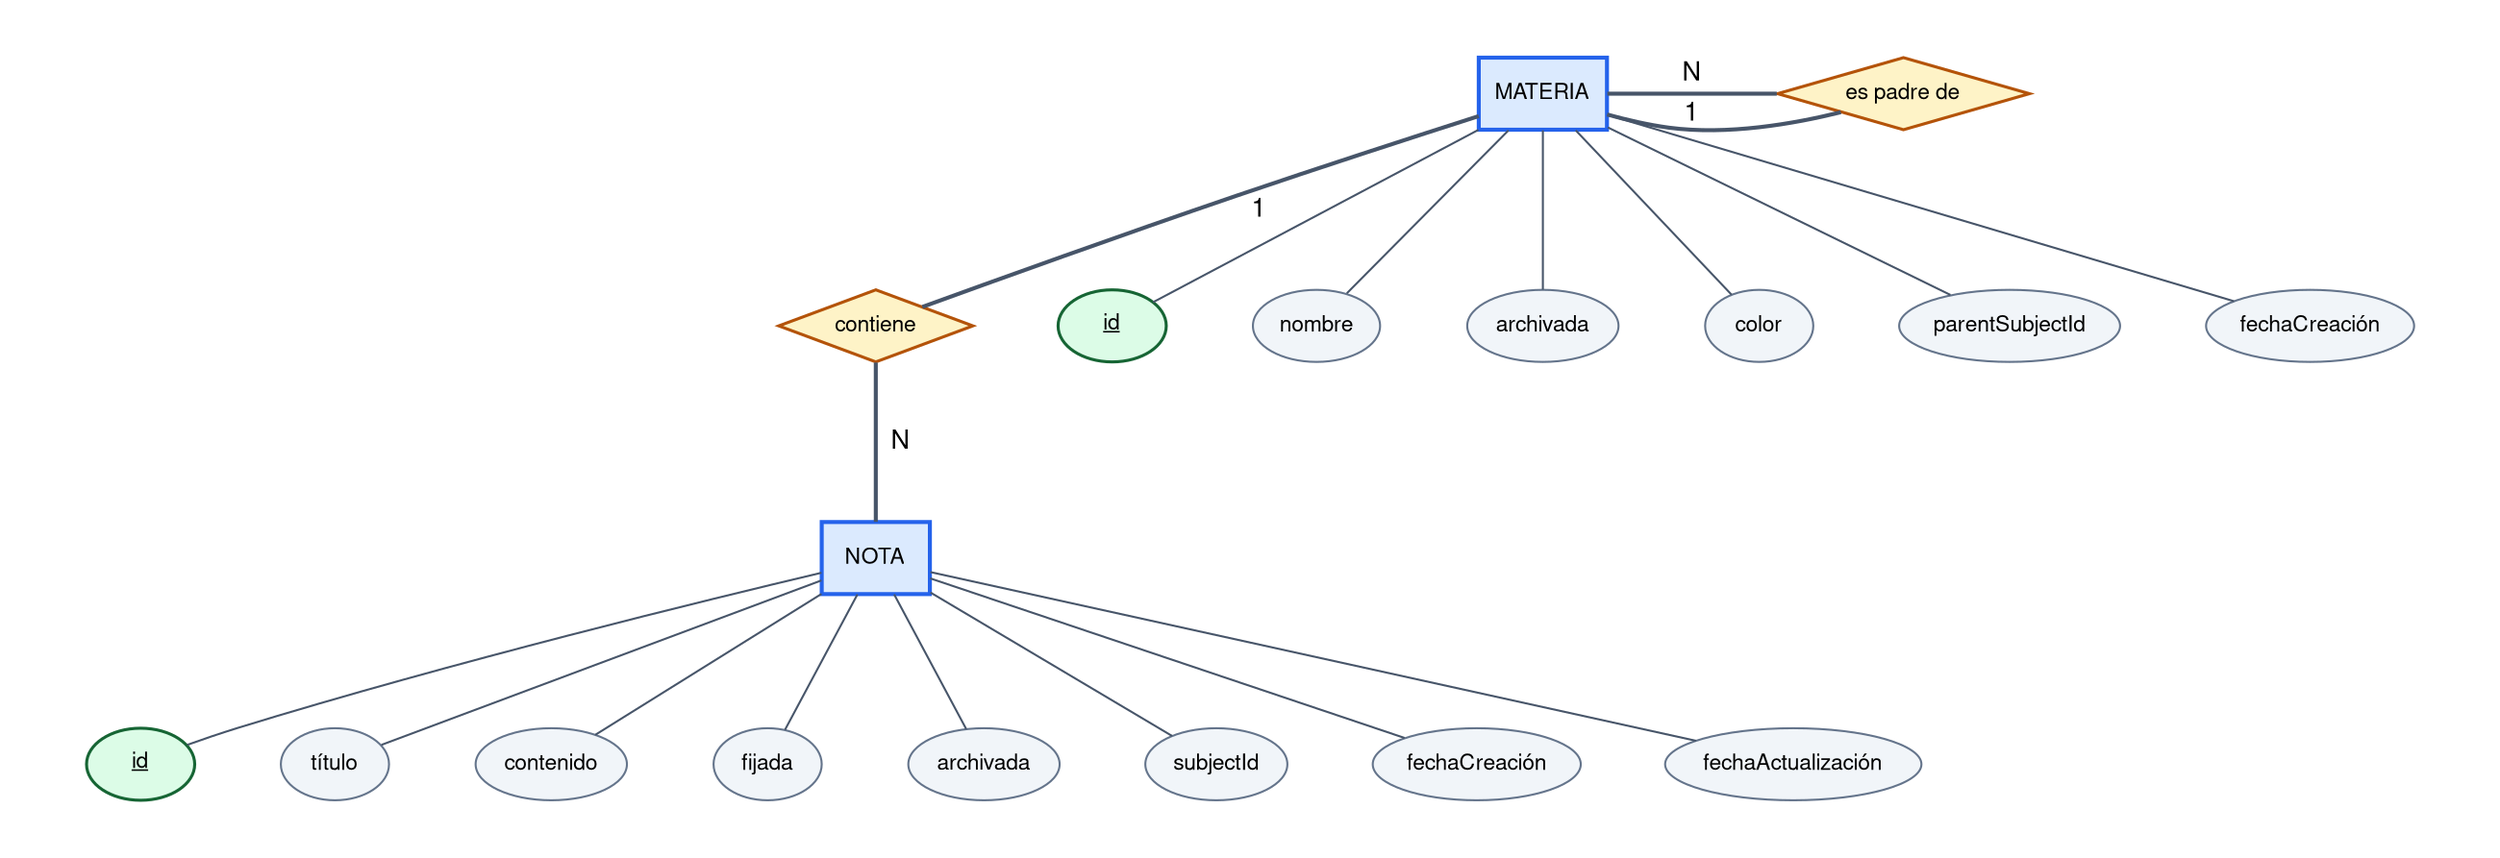
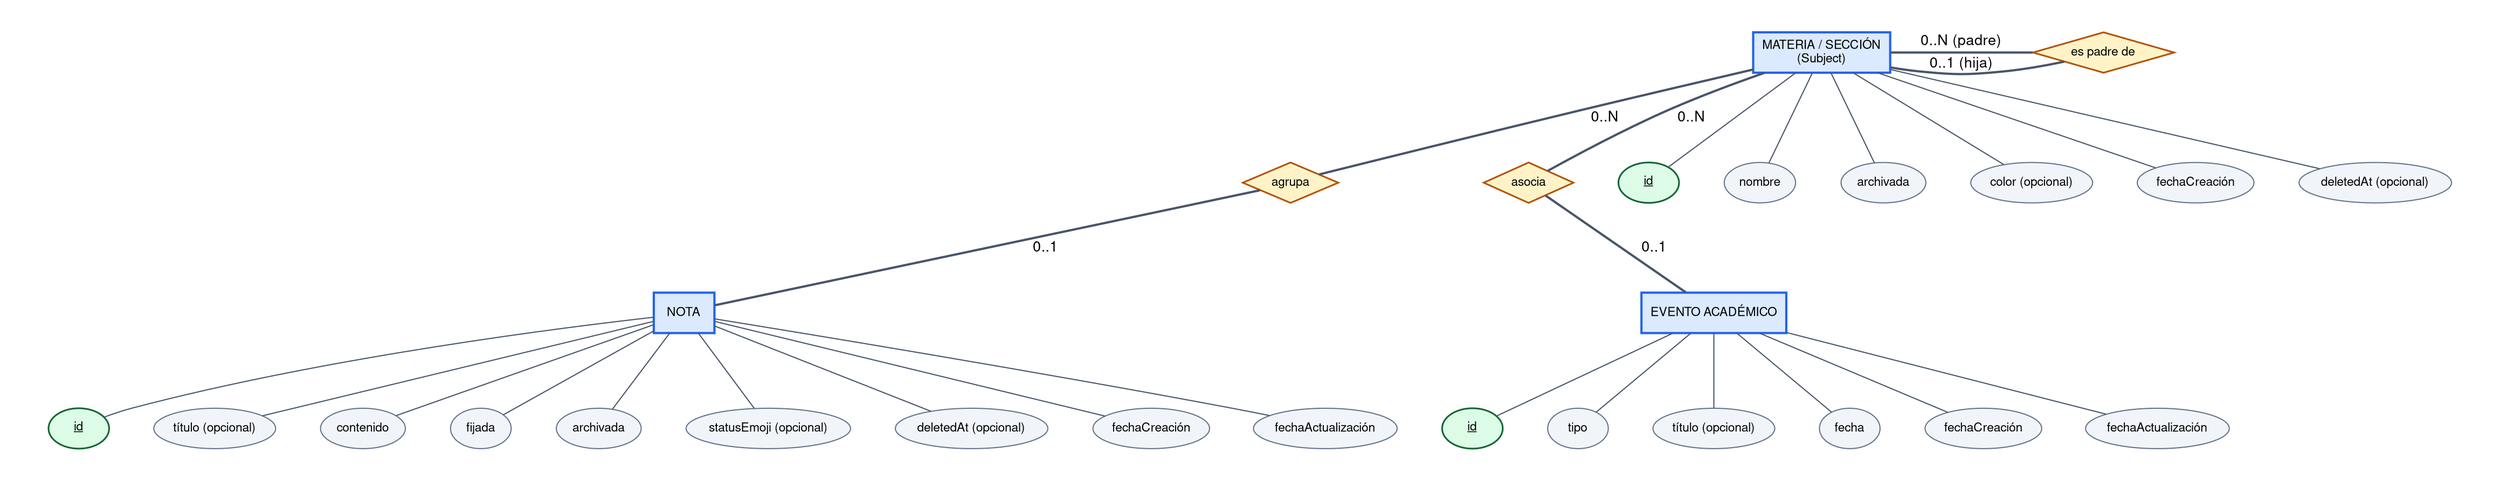
// =============================================================
// Lumapse — Modelo Conceptual DER (Notación Chen)
// Código fuente Graphviz DOT
+ // Corte: v0.4.8 · Revisión: 2026-07-15
// =============================================================
//
// Herramienta: Graphviz (lenguaje DOT)
// Renderizado en: https://edotor.net
- // Imagen generada: 01-modelo-conceptual-der-chen.png
+ // Imagen derivada: 01-modelo-conceptual-der-chen.png
//
- // Instrucciones para regenerar:
+ // Alcance conceptual:
+ //   - MATERIA y SECCIÓN se modelan como una única entidad Subject
+ //     autorreferenciada.
+ //   - metadata se excluye deliberadamente: es una tabla técnica de
+ //     migraciones/flags, no una entidad del dominio académico.
+ //   - Las claves foráneas se expresan como relaciones conceptuales;
+ //     sus columnas se detallan en el DBML y en el modelo físico.
+ //
+ // Instrucciones para regenerar la imagen derivada:
//   1. Copiar todo el contenido de este archivo.
//   2. Abrir https://edotor.net en el navegador.
//   3. Pegar el código en el editor de la izquierda.
//   4. El diagrama se renderiza automáticamente a la derecha.
- //   5. Exportar como PNG o SVG.
+ //   5. Exportar como PNG o SVG y revisar legibilidad.
// =============================================================

graph LumapseChen {
  graph [
    rankdir=TB
    fontname="Helvetica Neue, Helvetica, Arial"
    fontsize=13
    bgcolor="white"
    pad="0.6,0.4"
-     nodesep=0.6
+     nodesep=0.55
    ranksep=0.9
    label=""
  ]
  node [fontname="Helvetica Neue, Helvetica, Arial" fontsize=11]
  edge [fontname="Helvetica Neue, Helvetica, Arial" fontsize=11 color="#475569"]

-   // ── ENTIDADES ─────────────────────────────────────
+   // ── ENTIDADES DEL DOMINIO ─────────────────────────
  node [shape=rectangle style="filled,bold" penwidth=2]

-   MATERIA [label="MATERIA" fillcolor="#dbeafe" color="#2563eb"]
-   NOTA    [label="NOTA"    fillcolor="#dbeafe" color="#2563eb"]
+   SUBJECT          [label="MATERIA / SECCIÓN\n(Subject)" fillcolor="#dbeafe" color="#2563eb"]
+   NOTA             [label="NOTA"                         fillcolor="#dbeafe" color="#2563eb"]
+   EVENTO_ACADEMICO [label="EVENTO ACADÉMICO"            fillcolor="#dbeafe" color="#2563eb"]

  // ── RELACIONES ────────────────────────────────────
  node [shape=diamond style="filled,bold" penwidth=1.5]

-   contiene    [label="contiene"      fillcolor="#fef3c7" color="#b45309"]
-   es_padre_de [label="es padre de"   fillcolor="#fef3c7" color="#b45309"]
+   jerarquia_subject [label="es padre de" fillcolor="#fef3c7" color="#b45309"]
+   agrupa_notas      [label="agrupa"       fillcolor="#fef3c7" color="#b45309"]
+   asocia_eventos    [label="asocia"       fillcolor="#fef3c7" color="#b45309"]

  // ── ATRIBUTOS PK (subrayados) ─────────────────────
  node [shape=ellipse style=filled penwidth=1.5]

-   mat_id  [label=<<U>id</U>>  fillcolor="#dcfce7" color="#166534"]
-   nota_id [label=<<U>id</U>>  fillcolor="#dcfce7" color="#166534"]
+   subject_id [label=<<U>id</U>> fillcolor="#dcfce7" color="#166534"]
+   nota_id    [label=<<U>id</U>> fillcolor="#dcfce7" color="#166534"]
+   evento_id  [label=<<U>id</U>> fillcolor="#dcfce7" color="#166534"]

-   // ── ATRIBUTOS COMUNES ─────────────────────────────
+   // ── ATRIBUTOS DE DOMINIO ──────────────────────────
  node [shape=ellipse style=filled fillcolor="#f1f5f9" color="#64748b" penwidth=1]

-   // MATERIA — izquierda
-   mat_nombre    [label="nombre"]
-   mat_archivada [label="archivada"]
-   mat_color     [label="color"]
-   // MATERIA — derecha
-   mat_parent    [label="parentSubjectId"]
-   mat_creacion  [label="fechaCreación"]
+   // MATERIA / SECCIÓN (Subject)
+   subject_name       [label="nombre"]
+   subject_archived   [label="archivada"]
+   subject_color      [label="color (opcional)"]
+   subject_created_at [label="fechaCreación"]
+   subject_deleted_at [label="deletedAt (opcional)"]

-   // NOTA — izquierda
-   nota_titulo    [label="título"]
-   nota_contenido [label="contenido"]
-   nota_fijada    [label="fijada"]
-   nota_archivada [label="archivada"]
-   // NOTA — derecha
-   nota_subjectId     [label="subjectId"]
-   nota_creacion      [label="fechaCreación"]
-   nota_actualizacion [label="fechaActualización"]
+   // NOTA
+   nota_titulo        [label="título (opcional)"]
+   nota_contenido     [label="contenido"]
+   nota_fijada        [label="fijada"]
+   nota_archivada     [label="archivada"]
+   nota_status_emoji  [label="statusEmoji (opcional)"]
+   nota_deleted_at    [label="deletedAt (opcional)"]
+   nota_created_at    [label="fechaCreación"]
+   nota_updated_at    [label="fechaActualización"]

-   // ── LAYOUT — Filas ────────────────────────────────
+   // EVENTO ACADÉMICO
+   evento_tipo        [label="tipo"]
+   evento_titulo      [label="título (opcional)"]
+   evento_fecha       [label="fecha"]
+   evento_created_at  [label="fechaCreación"]
+   evento_updated_at  [label="fechaActualización"]

-   // Fila 1: Atributos de MATERIA (izquierda)
-   { rank=same; mat_nombre; mat_archivada; mat_color }
-   // Fila 1b: Atributos de MATERIA (derecha)
-   { rank=same; mat_id; mat_parent; mat_creacion }
+   // ── LAYOUT BASE ───────────────────────────────────
+   { rank=same; SUBJECT; jerarquia_subject }
+   { rank=same; agrupa_notas; asocia_eventos }
+   { rank=same; NOTA; EVENTO_ACADEMICO }

-   // Fila 2: MATERIA + auto-referencia
-   { rank=same; MATERIA; es_padre_de }
- 
-   // Fila 3: Relación contiene
-   { rank=same; contiene }
- 
-   // Fila 4: NOTA
-   { rank=same; NOTA }
- 
-   // Fila 5: Atributos de NOTA (izquierda)
-   { rank=same; nota_titulo; nota_contenido; nota_fijada; nota_archivada }
-   // Fila 5b: Atributos de NOTA (derecha)
-   { rank=same; nota_id; nota_subjectId; nota_creacion; nota_actualizacion }
- 
-   // ── CONEXIONES — Atributos ────────────────────────
- 
-   MATERIA -- mat_id
-   MATERIA -- mat_nombre
-   MATERIA -- mat_parent
-   MATERIA -- mat_archivada
-   MATERIA -- mat_color
-   MATERIA -- mat_creacion
+   // ── CONEXIONES DE ATRIBUTOS ───────────────────────
+   SUBJECT -- subject_id
+   SUBJECT -- subject_name
+   SUBJECT -- subject_archived
+   SUBJECT -- subject_color
+   SUBJECT -- subject_created_at
+   SUBJECT -- subject_deleted_at

  NOTA -- nota_id
  NOTA -- nota_titulo
  NOTA -- nota_contenido
  NOTA -- nota_fijada
  NOTA -- nota_archivada
-   NOTA -- nota_subjectId
-   NOTA -- nota_creacion
-   NOTA -- nota_actualizacion
+   NOTA -- nota_status_emoji
+   NOTA -- nota_deleted_at
+   NOTA -- nota_created_at
+   NOTA -- nota_updated_at

-   // ── CONEXIONES — Relaciones ───────────────────────
+   EVENTO_ACADEMICO -- evento_id
+   EVENTO_ACADEMICO -- evento_tipo
+   EVENTO_ACADEMICO -- evento_titulo
+   EVENTO_ACADEMICO -- evento_fecha
+   EVENTO_ACADEMICO -- evento_created_at
+   EVENTO_ACADEMICO -- evento_updated_at

-   // MATERIA contiene NOTA (1:N)
-   MATERIA  -- contiene [label="  1  " fontsize=13 penwidth=2]
-   contiene -- NOTA     [label="  N  " fontsize=13 penwidth=2]
+   // ── CONEXIONES DE RELACIONES ──────────────────────

-   // MATERIA es_padre_de MATERIA (1:N auto-referencial)
-   // Líneas SÓLIDAS — en Chen no existe el punteado
-   MATERIA     -- es_padre_de [label="  1  " fontsize=13 penwidth=2]
-   es_padre_de -- MATERIA     [label="  N  " fontsize=13 penwidth=2]
+   // Un Subject puede contener 0..N secciones; cada sección tiene 0..1 padre.
+   SUBJECT           -- jerarquia_subject [label="  0..N (padre)  " fontsize=13 penwidth=2]
+   jerarquia_subject -- SUBJECT           [label="  0..1 (hija)  " fontsize=13 penwidth=2]
+ 
+   // Un Subject agrupa 0..N notas; cada nota pertenece a 0..1 Subject.
+   // La participación opcional de NOTA representa Entrada (subjectId = NULL).
+   SUBJECT      -- agrupa_notas [label="  0..N  " fontsize=13 penwidth=2]
+   agrupa_notas -- NOTA        [label="  0..1  " fontsize=13 penwidth=2]
+ 
+   // Un Subject se vincula con 0..N eventos; cada evento usa 0..1 Subject.
+   asocia_eventos    -- EVENTO_ACADEMICO [label="  0..1  " fontsize=13 penwidth=2]
+   SUBJECT           -- asocia_eventos    [label="  0..N  " fontsize=13 penwidth=2]
}
